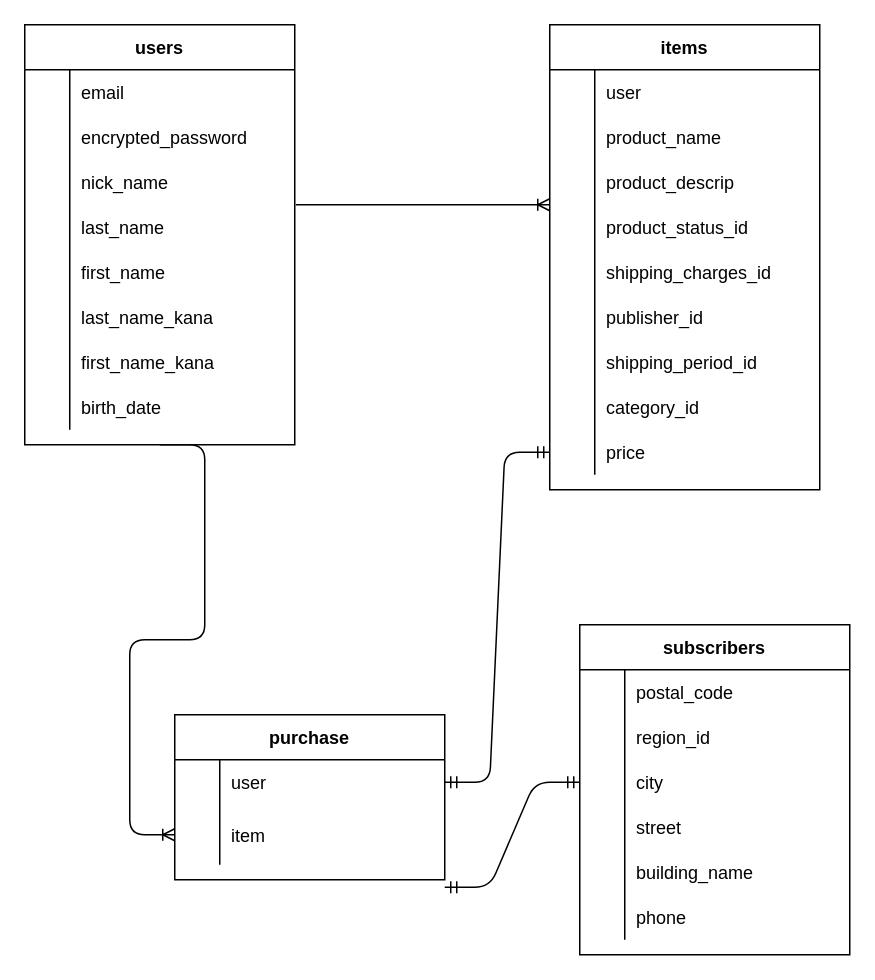
Earlier version of the draw.io diagram ER.dio (komadorihouse/furima-35680). Source tidied: cells renumbered, new cells numbered last; positions are measured from the earlier drawing's top-left corner, leaving out a move shared by most shapes. Both pictures are drawn from the tidied source at 150%, with x=0, y=0 at pixel (24, 24).
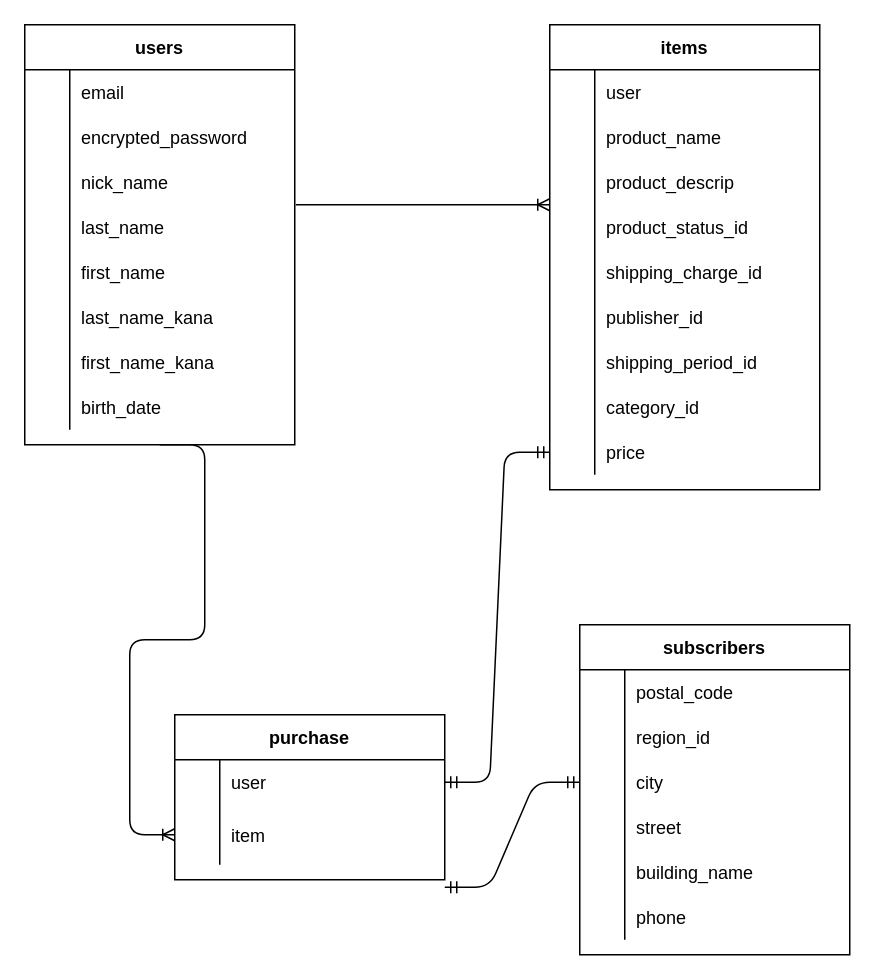
Above is the later version.

Unchanged cells that the change refers to:
```xml
<mxCell id="40" style="shape=partialRectangle;fillColor=none;top=0;left=0;bottom=0;right=0;" parent="27" vertex="1">
  <mxGeometry y="150" width="180" height="30" as="geometry" />
</mxCell>
```

The edit, as a diff of the source:
```diff
@@
-    <mxCell id="42" value="shipping_charges_id" style="shape=partialRectangle;fillColor=none;top=0;left=0;bottom=0;right=0;align=left;spacingLeft=6;overflow=hidden;" parent="40" vertex="1">
+    <mxCell id="42" value="shipping_charge_id" style="shape=partialRectangle;fillColor=none;top=0;left=0;bottom=0;right=0;align=left;spacingLeft=6;overflow=hidden;" parent="40" vertex="1">
       <mxGeometry x="30" width="150" height="30" as="geometry" />
     </mxCell>
```
